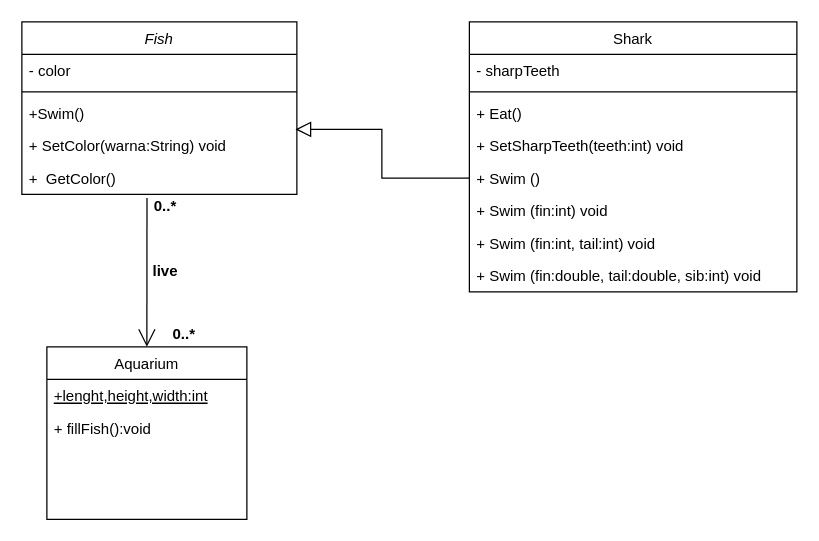
Before: Exercise1ClassDiagram.drawio in abby18abby/week-2-class-diagram, a draw.io diagram. Source tidied: cells renumbered, new cells numbered last; positions are measured from the earlier drawing's top-left corner, leaving out a move shared by most shapes. Both pictures are drawn from the tidied source at 125%, with x=0, y=0 at pixel (21, 21).
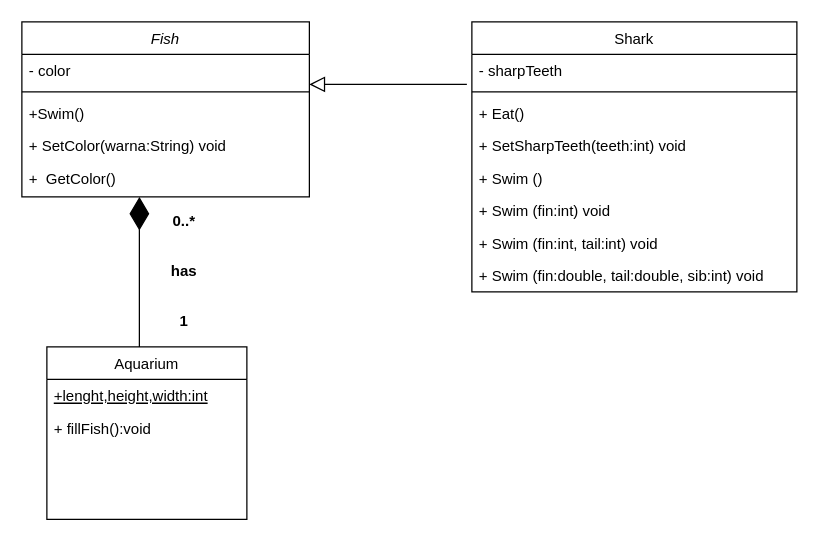
Above is the later version.

The change refers to these unchanged cells:
```xml
<mxCell id="17" value="+  GetColor()" style="text;align=left;verticalAlign=top;spacingLeft=4;spacingRight=4;overflow=hidden;points=[[0,0.5],[1,0.5]];portConstraint=eastwest;" parent="1" vertex="1">
  <mxGeometry y="112" width="220" height="26" as="geometry" />
</mxCell>
<mxCell id="18" value="Aquarium" style="swimlane;fontStyle=0;align=center;verticalAlign=top;horizontal=1;startSize=26;rounded=0;shadow=0;strokeWidth=1;" parent="1" vertex="1">
  <mxGeometry x="20" y="260" width="160" height="138" as="geometry" />
</mxCell>
```

The edit, as a diff of the source:
```diff
@@
     <mxCell id="2" value="Fish" style="swimlane;fontStyle=2;align=center;verticalAlign=top;horizontal=1;startSize=26;rounded=0;shadow=0;strokeWidth=1;" parent="1" vertex="1">
-      <mxGeometry width="220" height="138" as="geometry" />
+      <mxGeometry width="230" height="140" as="geometry" />
     </mxCell>
     <mxCell id="3" value="- color" style="text;align=left;verticalAlign=top;spacingLeft=4;spacingRight=4;overflow=hidden;" parent="2" vertex="1">
-      <mxGeometry y="26" width="220" height="26" as="geometry" />
+      <mxGeometry y="26" width="230" height="26" as="geometry" />
     </mxCell>
     <mxCell id="4" style="line;html=1;strokeWidth=1;align=left;verticalAlign=middle;spacingTop=-1;spacingLeft=3;spacingRight=3;labelPosition=right;" parent="2" vertex="1">
-      <mxGeometry y="52" width="220" height="8" as="geometry" />
+      <mxGeometry y="52" width="230" height="8" as="geometry" />
     </mxCell>
     <mxCell id="5" value="+Swim()" style="text;align=left;verticalAlign=top;spacingLeft=4;spacingRight=4;overflow=hidden;" parent="2" vertex="1">
-      <mxGeometry y="60" width="220" height="26" as="geometry" />
+      <mxGeometry y="60" width="230" height="26" as="geometry" />
     </mxCell>
     <mxCell id="6" value="+ SetColor(warna:String) void" style="text;align=left;verticalAlign=top;spacingLeft=4;spacingRight=4;overflow=hidden;points=[[0,0.5],[1,0.5]];portConstraint=eastwest;" parent="2" vertex="1">
-      <mxGeometry y="86" width="220" height="26" as="geometry" />
+      <mxGeometry y="86" width="230" height="26" as="geometry" />
     </mxCell>
     <mxCell id="7" value="Shark" style="swimlane;fontStyle=0;align=center;verticalAlign=top;horizontal=1;startSize=26;rounded=0;shadow=0;strokeWidth=1;" parent="1" vertex="1">
-      <mxGeometry x="358" width="262" height="216" as="geometry" />
+      <mxGeometry x="360" width="260" height="216" as="geometry" />
     </mxCell>
     <mxCell id="8" value="- sharpTeeth" style="text;align=left;verticalAlign=top;spacingLeft=4;spacingRight=4;overflow=hidden;" parent="7" vertex="1">
-      <mxGeometry y="26" width="262" height="26" as="geometry" />
+      <mxGeometry y="26" width="260" height="26" as="geometry" />
     </mxCell>
     <mxCell id="9" style="line;html=1;strokeWidth=1;align=left;verticalAlign=middle;spacingTop=-1;spacingLeft=3;spacingRight=3;labelPosition=right;" parent="7" vertex="1">
-      <mxGeometry y="52" width="262" height="8" as="geometry" />
+      <mxGeometry y="52" width="260" height="8" as="geometry" />
     </mxCell>
     <mxCell id="10" value="+ Eat()" style="text;align=left;verticalAlign=top;spacingLeft=4;spacingRight=4;overflow=hidden;" parent="7" vertex="1">
-      <mxGeometry y="60" width="262" height="26" as="geometry" />
+      <mxGeometry y="60" width="260" height="26" as="geometry" />
     </mxCell>
     <mxCell id="11" value="+ SetSharpTeeth(teeth:int) void" style="text;align=left;verticalAlign=top;spacingLeft=4;spacingRight=4;overflow=hidden;" parent="7" vertex="1">
-      <mxGeometry y="86" width="262" height="26" as="geometry" />
+      <mxGeometry y="86" width="260" height="26" as="geometry" />
     </mxCell>
     <mxCell id="12" value="+ Swim ()" style="text;align=left;verticalAlign=top;spacingLeft=4;spacingRight=4;overflow=hidden;points=[[0,0.5],[1,0.5]];portConstraint=eastwest;" parent="7" vertex="1">
-      <mxGeometry y="112" width="262" height="26" as="geometry" />
+      <mxGeometry y="112" width="260" height="26" as="geometry" />
     </mxCell>
     <mxCell id="13" value="+ Swim (fin:int) void" style="text;align=left;verticalAlign=top;spacingLeft=4;spacingRight=4;overflow=hidden;" parent="7" vertex="1">
-      <mxGeometry y="138" width="262" height="26" as="geometry" />
+      <mxGeometry y="138" width="260" height="26" as="geometry" />
     </mxCell>
     <mxCell id="14" value="+ Swim (fin:int, tail:int) void" style="text;align=left;verticalAlign=top;spacingLeft=4;spacingRight=4;overflow=hidden;" parent="7" vertex="1">
-      <mxGeometry y="164" width="262" height="26" as="geometry" />
+      <mxGeometry y="164" width="260" height="26" as="geometry" />
     </mxCell>
     <mxCell id="15" value="+ Swim (fin:double, tail:double, sib:int) void" style="text;align=left;verticalAlign=top;spacingLeft=4;spacingRight=4;overflow=hidden;" parent="7" vertex="1">
-      <mxGeometry y="190" width="262" height="26" as="geometry" />
+      <mxGeometry y="190" width="260" height="26" as="geometry" />
     </mxCell>
-    <mxCell id="16" style="endArrow=block;endSize=10;endFill=0;shadow=0;strokeWidth=1;rounded=0;edgeStyle=elbowEdgeStyle;elbow=vertical;exitX=0;exitY=0.5;exitDx=0;exitDy=0;entryX=0.995;entryY=0;entryDx=0;entryDy=0;entryPerimeter=0;" parent="1" edge="1" source="12" target="6">
-      <mxGeometry relative="1" as="geometry" />
+    <mxCell id="16" style="endArrow=block;endSize=10;endFill=0;shadow=0;strokeWidth=1;rounded=0;edgeStyle=elbowEdgeStyle;elbow=vertical;" parent="1" edge="1">
+      <mxGeometry relative="1" as="geometry">
+        <mxPoint x="356" y="50" as="sourcePoint" />
+        <mxPoint x="230" y="50" as="targetPoint" />
+        <Array as="points">
+          <mxPoint x="310" y="50" />
+        </Array>
+      </mxGeometry>
     </mxCell>
@@
-    <mxCell id="21" style="endArrow=open;endFill=1;endSize=12;html=1;exitX=0.455;exitY=1.115;exitDx=0;exitDy=0;exitPerimeter=0;entryX=0.5;entryY=0;entryDx=0;entryDy=0;" parent="1" edge="1" source="17" target="18">
-      <mxGeometry relative="1" as="geometry" />
-    </mxCell>
-    <mxCell id="22" value="&lt;b&gt;live&lt;/b&gt;" style="text;html=1;strokeColor=none;fillColor=none;align=center;verticalAlign=middle;whiteSpace=wrap;rounded=0;" parent="1" vertex="1">
-      <mxGeometry x="90" y="190" width="50" height="20" as="geometry" />
+    <mxCell id="22" value="&lt;b&gt;has&lt;/b&gt;" style="text;html=1;strokeColor=none;fillColor=none;align=center;verticalAlign=middle;whiteSpace=wrap;rounded=0;" parent="1" vertex="1">
+      <mxGeometry x="105" y="190" width="50" height="20" as="geometry" />
     </mxCell>
     <mxCell id="23" value="&lt;b&gt;0..*&lt;/b&gt;" style="text;html=1;strokeColor=none;fillColor=none;align=center;verticalAlign=middle;whiteSpace=wrap;rounded=0;" parent="1" vertex="1">
-      <mxGeometry x="95" y="138" width="40" height="20" as="geometry" />
+      <mxGeometry x="110" y="150" width="40" height="20" as="geometry" />
     </mxCell>
-    <mxCell id="24" value="&lt;b&gt;0..*&lt;/b&gt;" style="text;html=1;strokeColor=none;fillColor=none;align=center;verticalAlign=middle;whiteSpace=wrap;rounded=0;" parent="1" vertex="1">
-      <mxGeometry x="110" y="240" width="40" height="20" as="geometry" />
+    <mxCell id="24" value="&lt;b&gt;1&lt;/b&gt;" style="text;html=1;strokeColor=none;fillColor=none;align=center;verticalAlign=middle;whiteSpace=wrap;rounded=0;" parent="1" vertex="1">
+      <mxGeometry x="110" y="230" width="40" height="20" as="geometry" />
     </mxCell>
+    <mxCell id="25" style="endArrow=diamondThin;endFill=1;endSize=24;html=1;" parent="1" edge="1">
+      <mxGeometry relative="1" as="geometry">
+        <mxPoint x="94" y="260" as="sourcePoint" />
+        <mxPoint x="94" y="140" as="targetPoint" />
+      </mxGeometry>
+    </mxCell>
```
